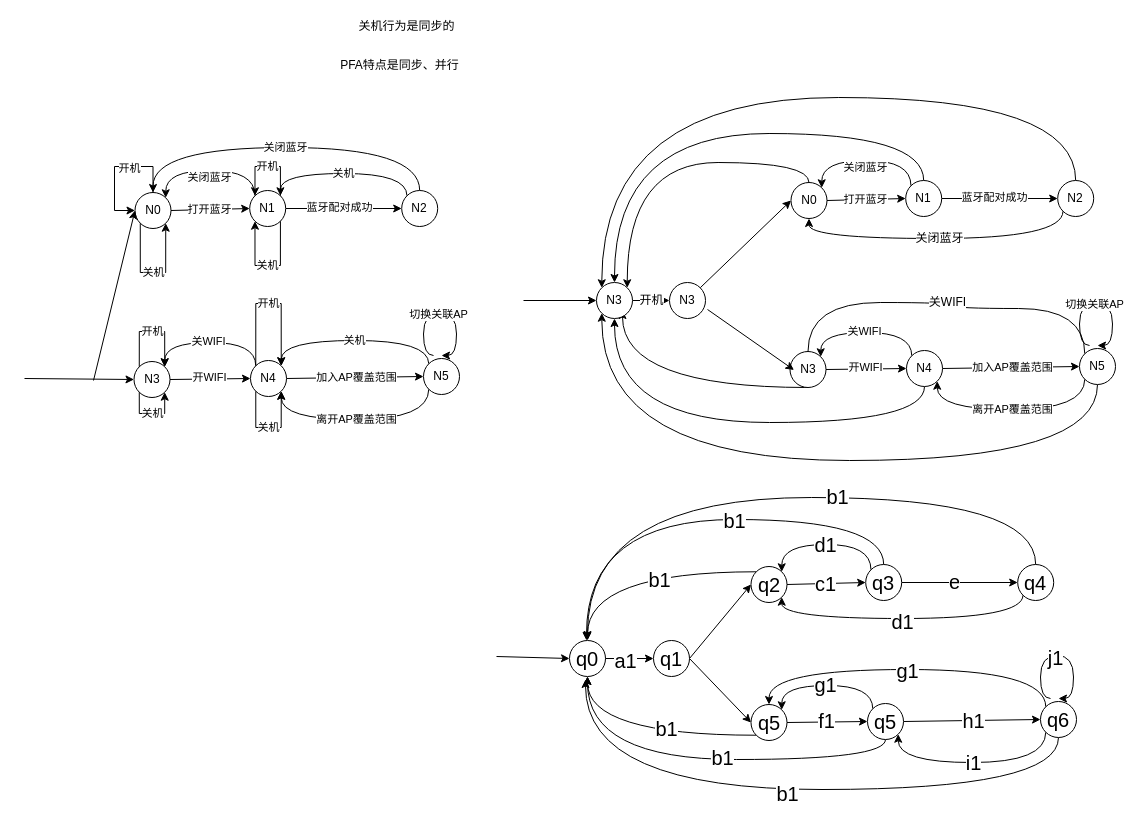
Before: page "方法三：并行自动机_笔记本行为" (2 of 8) of 时间自动机.drawio in Icarus1994/neutron_conf, a draw.io diagram. Source tidied: cells renumbered, new cells numbered last; positions are measured from the earlier drawing's top-left corner, leaving out a move shared by most shapes. Both pictures are drawn from the tidied source at 100%, with x=0, y=0 at pixel (24, 17).
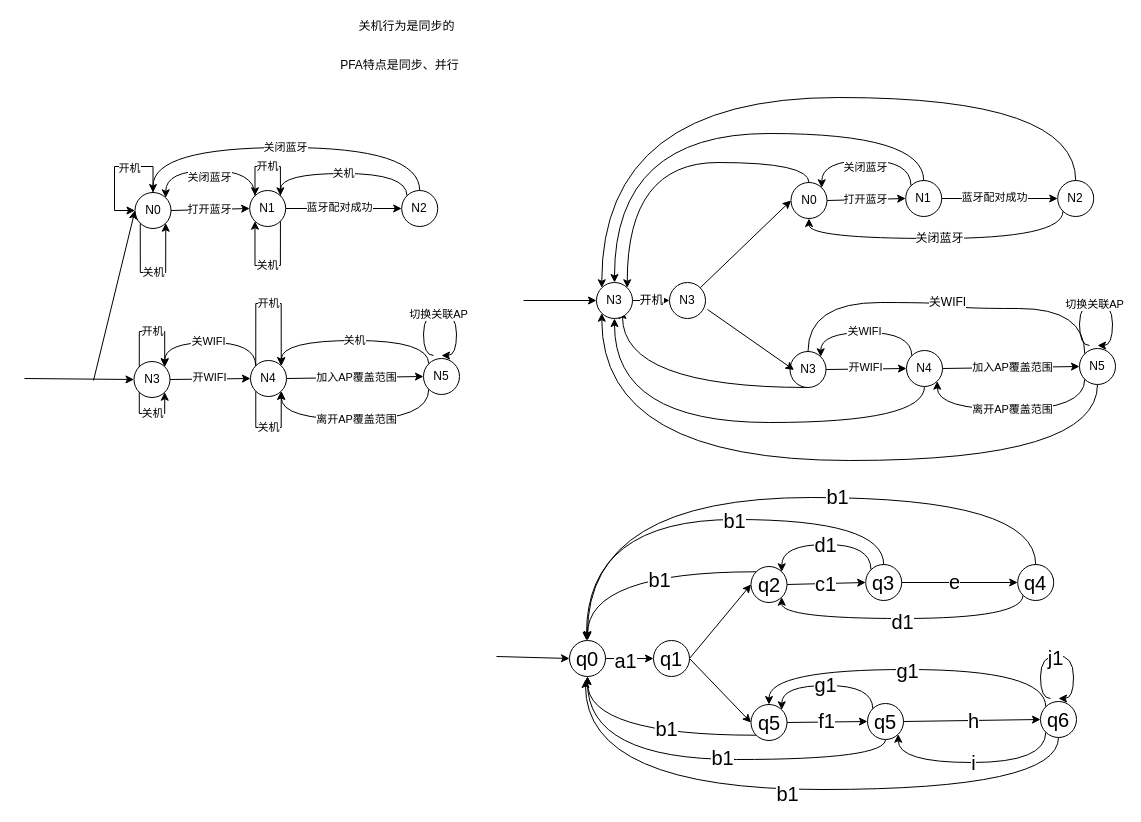
After the change.

Unchanged cells that the change refers to:
```xml
<mxCell id="33" style="rounded=0;jettySize=auto;html=1;exitX=1;exitY=0.5;exitDx=0;exitDy=0;entryX=0;entryY=0.5;entryDx=0;entryDy=0;fontSize=20;" parent="1" edge="1" source="39" target="45">
  <mxGeometry relative="1" as="geometry" />
</mxCell>
<mxCell id="39" value="q5" style="ellipse;whiteSpace=wrap;html=1;fontSize=20;" parent="1" vertex="1">
  <mxGeometry x="843" y="686" width="36" height="36" as="geometry" />
</mxCell>
<mxCell id="45" value="q6" style="ellipse;whiteSpace=wrap;html=1;fontSize=20;" parent="1" vertex="1">
  <mxGeometry x="1016" y="684" width="36" height="36" as="geometry" />
</mxCell>
```

Change to the diagram source:
```diff
@@
-    <mxCell id="34" value="h1" style="edgeLabel;html=1;align=center;verticalAlign=middle;fontSize=20;" parent="33" vertex="1">
+    <mxCell id="34" value="h" style="edgeLabel;html=1;align=center;verticalAlign=middle;fontSize=20;" parent="33" vertex="1">
       <mxGeometry x="0.02" relative="1" as="geometry" />
     </mxCell>
@@
-    <mxCell id="40" value="i1" style="edgeStyle=orthogonalEdgeStyle;rounded=0;jettySize=auto;html=1;exitX=0;exitY=1;exitDx=0;exitDy=0;entryX=1;entryY=1;entryDx=0;entryDy=0;curved=1;fontSize=20;" parent="1" edge="1" source="45" target="39">
+    <mxCell id="40" value="i" style="edgeStyle=orthogonalEdgeStyle;rounded=0;jettySize=auto;html=1;exitX=0;exitY=1;exitDx=0;exitDy=0;entryX=1;entryY=1;entryDx=0;entryDy=0;curved=1;fontSize=20;" parent="1" edge="1" source="45" target="39">
       <mxGeometry relative="1" as="geometry">
         <Array as="points">
           <mxPoint x="1021" y="745" />
           <mxPoint x="874" y="745" />
         </Array>
       </mxGeometry>
     </mxCell>
```
